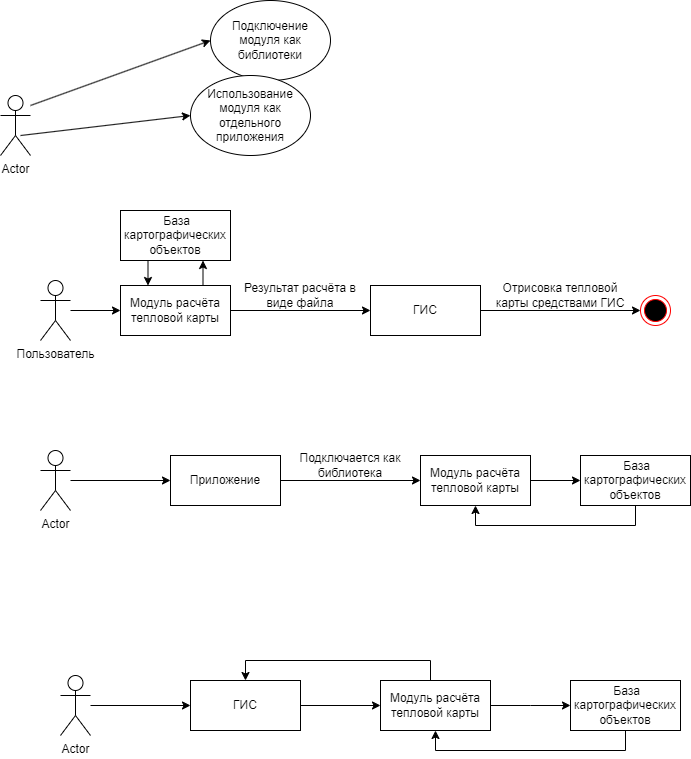
This is Диаграмма без названия.drawio.png from KirMaid/OsmApiClient, a draw.io export, as it was before one commit. Source tidied: cells renumbered, new cells last; positions are measured from the earlier drawing's top-left corner, leaving out a move shared by most shapes.
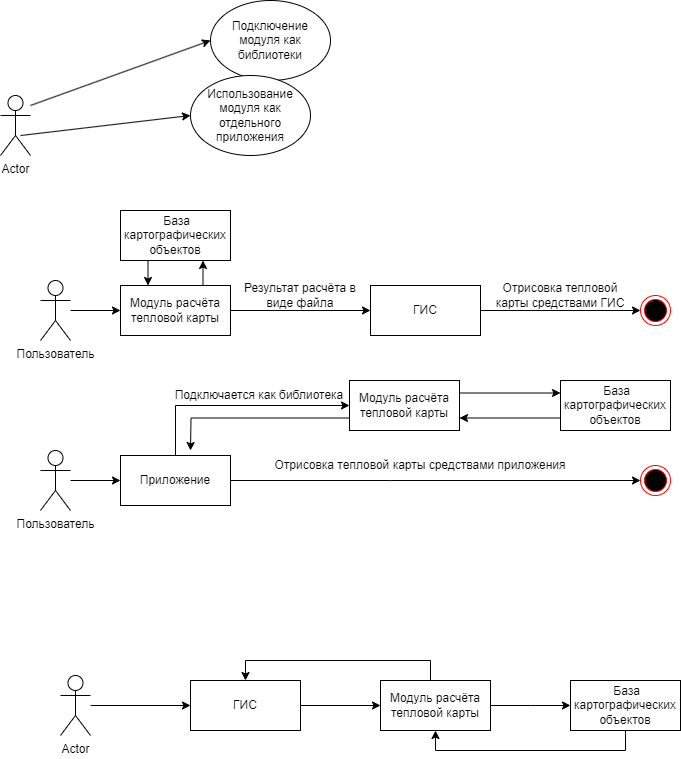
The same file after the commit.

The edit, as a diff of the source:
```diff
@@ -57,7 +57,7 @@
       <mxGeometry x="190" y="75" width="120" height="80" as="geometry" />
     </mxCell>
     <mxCell id="16" value="Подключается как библиотека" style="text;html=1;strokeColor=none;fillColor=none;align=center;verticalAlign=middle;whiteSpace=wrap;rounded=0;" parent="1" vertex="1">
-      <mxGeometry x="290" y="450" width="120" height="30" as="geometry" />
+      <mxGeometry x="169" y="380" width="180" height="30" as="geometry" />
     </mxCell>
     <mxCell id="17" style="edgeStyle=orthogonalEdgeStyle;rounded=0;jettySize=auto;html=1;entryX=0;entryY=0.5;entryDx=0;entryDy=0;" parent="1" edge="1" source="18" target="33">
       <mxGeometry relative="1" as="geometry" />
@@ -80,31 +80,35 @@
     <mxCell id="23" style="edgeStyle=orthogonalEdgeStyle;rounded=0;jettySize=auto;html=1;entryX=0;entryY=0.5;entryDx=0;entryDy=0;" parent="1" edge="1" source="24" target="26">
       <mxGeometry relative="1" as="geometry" />
     </mxCell>
-    <mxCell id="24" value="Actor" style="shape=umlActor;verticalLabelPosition=bottom;verticalAlign=top;html=1;" parent="1" vertex="1">
+    <mxCell id="24" value="Пользователь" style="shape=umlActor;verticalLabelPosition=bottom;verticalAlign=top;html=1;" parent="1" vertex="1">
       <mxGeometry x="40" y="450" width="30" height="60" as="geometry" />
     </mxCell>
-    <mxCell id="25" style="edgeStyle=orthogonalEdgeStyle;rounded=0;jettySize=auto;html=1;exitX=1;exitY=0.5;exitDx=0;exitDy=0;entryX=0;entryY=0.5;entryDx=0;entryDy=0;" parent="1" edge="1" source="26" target="28">
-      <mxGeometry relative="1" as="geometry" />
+    <mxCell id="25" style="edgeStyle=orthogonalEdgeStyle;rounded=0;jettySize=auto;html=1;entryX=0;entryY=0.5;entryDx=0;entryDy=0;" parent="1" edge="1" source="26" target="28">
+      <mxGeometry relative="1" as="geometry">
+        <Array as="points">
+          <mxPoint x="175" y="405" />
+        </Array>
+      </mxGeometry>
     </mxCell>
     <mxCell id="26" value="Приложение" style="html=1;whiteSpace=wrap;" parent="1" vertex="1">
-      <mxGeometry x="170" y="455" width="110" height="50" as="geometry" />
+      <mxGeometry x="120" y="455" width="110" height="50" as="geometry" />
     </mxCell>
-    <mxCell id="27" style="edgeStyle=orthogonalEdgeStyle;rounded=0;jettySize=auto;html=1;entryX=0;entryY=0.5;entryDx=0;entryDy=0;" parent="1" edge="1" source="28" target="30">
-      <mxGeometry relative="1" as="geometry">
-        <Array as="points">
-          <mxPoint x="510" y="480" />
-          <mxPoint x="510" y="480" />
-        </Array>
-      </mxGeometry>
+    <mxCell id="27" style="edgeStyle=orthogonalEdgeStyle;rounded=0;jettySize=auto;html=1;exitX=1;exitY=0.25;exitDx=0;exitDy=0;entryX=0;entryY=0.25;entryDx=0;entryDy=0;" parent="1" edge="1" source="28" target="30">
+      <mxGeometry relative="1" as="geometry" />
     </mxCell>
+    <mxCell id="37" style="edgeStyle=orthogonalEdgeStyle;rounded=0;jettySize=auto;html=1;exitX=0;exitY=0.75;exitDx=0;exitDy=0;" parent="1" edge="1" source="28">
+      <mxGeometry relative="1" as="geometry">
+        <mxPoint x="190" y="450" as="targetPoint" />
+      </mxGeometry>
+    </mxCell>
     <mxCell id="28" value="Модуль расчёта тепловой карты" style="html=1;whiteSpace=wrap;" parent="1" vertex="1">
-      <mxGeometry x="420" y="455" width="110" height="50" as="geometry" />
+      <mxGeometry x="349" y="380" width="110" height="50" as="geometry" />
     </mxCell>
-    <mxCell id="29" style="edgeStyle=orthogonalEdgeStyle;rounded=0;jettySize=auto;html=1;exitX=0.5;exitY=1;exitDx=0;exitDy=0;entryX=0.5;entryY=1;entryDx=0;entryDy=0;" parent="1" edge="1" source="30" target="28">
+    <mxCell id="29" style="edgeStyle=orthogonalEdgeStyle;rounded=0;jettySize=auto;html=1;exitX=0;exitY=0.75;exitDx=0;exitDy=0;entryX=1;entryY=0.75;entryDx=0;entryDy=0;" parent="1" edge="1" source="30" target="28">
       <mxGeometry relative="1" as="geometry" />
     </mxCell>
     <mxCell id="30" value="&amp;nbsp;База картографических объектов" style="html=1;whiteSpace=wrap;" parent="1" vertex="1">
-      <mxGeometry x="580" y="455" width="110" height="50" as="geometry" />
+      <mxGeometry x="560" y="380" width="110" height="50" as="geometry" />
     </mxCell>
     <mxCell id="31" style="edgeStyle=orthogonalEdgeStyle;rounded=0;jettySize=auto;html=1;exitX=1;exitY=0.5;exitDx=0;exitDy=0;entryX=0;entryY=0.5;entryDx=0;entryDy=0;" parent="1" edge="1" source="33" target="20">
       <mxGeometry relative="1" as="geometry" />
@@ -124,5 +128,19 @@
     <mxCell id="36" value="Отрисовка тепловой карты средствами ГИС" style="text;html=1;strokeColor=none;fillColor=none;align=center;verticalAlign=middle;whiteSpace=wrap;rounded=0;" parent="1" vertex="1">
       <mxGeometry x="490" y="280" width="140" height="30" as="geometry" />
     </mxCell>
+    <mxCell id="38" style="edgeStyle=orthogonalEdgeStyle;rounded=0;jettySize=auto;html=1;exitX=0;exitY=1;exitDx=0;exitDy=0;entryX=0;entryY=0.5;entryDx=0;entryDy=0;" parent="1" edge="1" source="39" target="40">
+      <mxGeometry relative="1" as="geometry">
+        <Array as="points">
+          <mxPoint x="390" y="480" />
+          <mxPoint x="390" y="480" />
+        </Array>
+      </mxGeometry>
+    </mxCell>
+    <mxCell id="39" value="Отрисовка тепловой карты средствами приложения" style="text;html=1;strokeColor=none;fillColor=none;align=center;verticalAlign=middle;whiteSpace=wrap;rounded=0;" parent="1" vertex="1">
+      <mxGeometry x="230" y="450" width="380" height="30" as="geometry" />
+    </mxCell>
+    <mxCell id="40" style="ellipse;html=1;shape=endState;fillColor=#000000;strokeColor=#ff0000;" parent="1" vertex="1">
+      <mxGeometry x="640" y="465" width="30" height="30" as="geometry" />
+    </mxCell>
   </root>
 </mxGraphModel>
```
